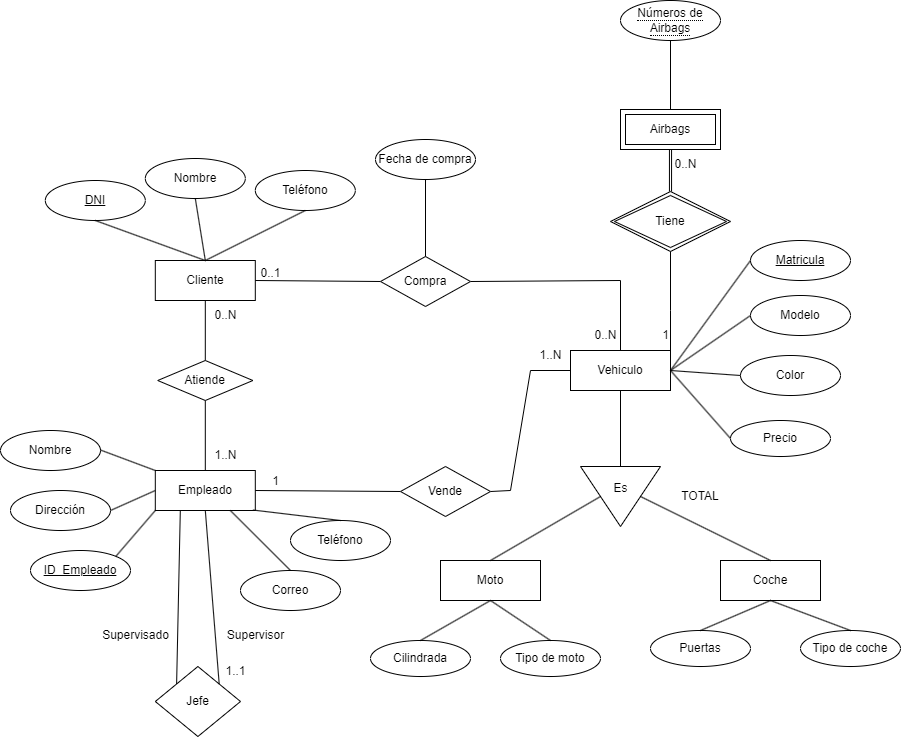
Above: images/Entidad relación.png in jtur17/E-R_to_Relational_and_Normalization (draw.io), before the change. Source tidied: cells renumbered, new cells last; positions are measured from the earlier drawing's top-left corner, leaving out a move shared by most shapes.
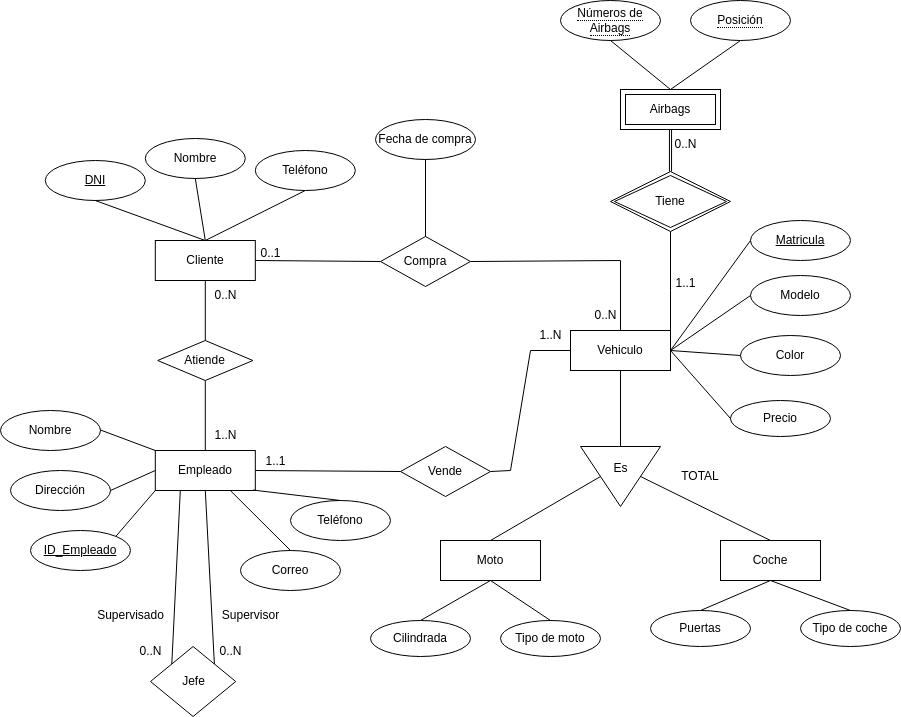
The same file after the commit.

What changed in the source:
```diff
@@ -122,8 +122,8 @@
     <mxCell id="35" value="1..N" style="text;html=1;align=center;verticalAlign=middle;strokeColor=none;fillColor=none;rotation=0;" parent="1" vertex="1">
       <mxGeometry x="525" y="340" width="50" height="30" as="geometry" />
     </mxCell>
-    <mxCell id="36" value="1" style="text;html=1;align=center;verticalAlign=middle;strokeColor=none;fillColor=none;rotation=0;" parent="1" vertex="1">
-      <mxGeometry x="260" y="466" width="30" height="30" as="geometry" />
+    <mxCell id="36" value="1..1" style="text;html=1;align=center;verticalAlign=middle;strokeColor=none;fillColor=none;rotation=0;" parent="1" vertex="1">
+      <mxGeometry x="255" y="466" width="40" height="30" as="geometry" />
     </mxCell>
     <mxCell id="37" value="Airbags" style="shape=ext;margin=3;double=1;whiteSpace=wrap;html=1;align=center;" parent="1" vertex="1">
       <mxGeometry x="620" y="109" width="100" height="40" as="geometry" />
@@ -138,14 +138,14 @@
         </Array>
       </mxGeometry>
     </mxCell>
-    <mxCell id="40" value="1" style="text;html=1;align=center;verticalAlign=middle;strokeColor=none;fillColor=none;rotation=0;" parent="1" vertex="1">
-      <mxGeometry x="650" y="320" width="30" height="30" as="geometry" />
+    <mxCell id="40" value="1..1" style="text;html=1;align=center;verticalAlign=middle;strokeColor=none;fillColor=none;rotation=0;" parent="1" vertex="1">
+      <mxGeometry x="665" y="288" width="40" height="30" as="geometry" />
     </mxCell>
     <mxCell id="41" value="0..N" style="text;html=1;align=center;verticalAlign=middle;strokeColor=none;fillColor=none;rotation=0;" parent="1" vertex="1">
       <mxGeometry x="660" y="149" width="50" height="30" as="geometry" />
     </mxCell>
     <mxCell id="42" value="&lt;span style=&quot;border-bottom: 1px dotted&quot;&gt;Números de Airbags&lt;/span&gt;" style="ellipse;whiteSpace=wrap;html=1;align=center;" parent="1" vertex="1">
-      <mxGeometry x="620" width="100" height="40" as="geometry" />
+      <mxGeometry x="560" y="20" width="100" height="40" as="geometry" />
     </mxCell>
     <mxCell id="43" value="&lt;u&gt;Matricula&lt;/u&gt;" style="ellipse;whiteSpace=wrap;html=1;align=center;" parent="1" vertex="1">
       <mxGeometry x="750" y="240" width="100" height="40" as="geometry" />
@@ -227,7 +227,7 @@
       <mxGeometry relative="1" as="geometry" />
     </mxCell>
     <mxCell id="68" style="rhombus;whiteSpace=wrap;html=1;" parent="1" vertex="1">
-      <mxGeometry x="154.8" y="666" width="85.2" height="70" as="geometry" />
+      <mxGeometry x="150" y="666" width="85.2" height="70" as="geometry" />
     </mxCell>
     <mxCell id="69" style="endArrow=none;html=1;rounded=0;entryX=0.25;entryY=1;entryDx=0;entryDy=0;exitX=0;exitY=0;exitDx=0;exitDy=0;" parent="1" edge="1" source="68" target="2">
       <mxGeometry relative="1" as="geometry" />
@@ -236,10 +236,10 @@
       <mxGeometry relative="1" as="geometry" />
     </mxCell>
     <mxCell id="71" value="Jefe" style="text;html=1;align=center;verticalAlign=middle;strokeColor=none;fillColor=none;" parent="1" vertex="1">
-      <mxGeometry x="172.4" y="686" width="50" height="30" as="geometry" />
+      <mxGeometry x="167.6" y="686" width="50" height="30" as="geometry" />
     </mxCell>
-    <mxCell id="72" value="1..1" style="text;html=1;align=center;verticalAlign=middle;strokeColor=none;fillColor=none;" parent="1" vertex="1">
-      <mxGeometry x="214.8" y="656" width="40" height="30" as="geometry" />
+    <mxCell id="72" value="0..N" style="text;html=1;align=center;verticalAlign=middle;strokeColor=none;fillColor=none;" parent="1" vertex="1">
+      <mxGeometry x="205" y="656" width="50" height="30" as="geometry" />
     </mxCell>
     <mxCell id="73" value="Fecha de compra" style="ellipse;whiteSpace=wrap;html=1;align=center;" parent="1" vertex="1">
       <mxGeometry x="375" y="139" width="100" height="40" as="geometry" />
@@ -251,10 +251,19 @@
       <mxGeometry x="670" y="481" width="60" height="30" as="geometry" />
     </mxCell>
     <mxCell id="76" value="Supervisor" style="text;html=1;align=center;verticalAlign=middle;strokeColor=none;fillColor=none;" parent="1" vertex="1">
-      <mxGeometry x="214.8" y="620" width="80" height="30" as="geometry" />
+      <mxGeometry x="210" y="620" width="80" height="30" as="geometry" />
     </mxCell>
     <mxCell id="77" value="Supervisado" style="text;html=1;align=center;verticalAlign=middle;strokeColor=none;fillColor=none;" parent="1" vertex="1">
-      <mxGeometry x="90" y="620" width="90" height="30" as="geometry" />
+      <mxGeometry x="85.2" y="620" width="90" height="30" as="geometry" />
     </mxCell>
+    <mxCell id="78" value="&lt;span style=&quot;border-bottom: 1px dotted&quot;&gt;Posición&lt;/span&gt;" style="ellipse;whiteSpace=wrap;html=1;align=center;" parent="1" vertex="1">
+      <mxGeometry x="690" y="20" width="100" height="40" as="geometry" />
+    </mxCell>
+    <mxCell id="79" style="endArrow=none;html=1;rounded=0;exitX=0.5;exitY=0;exitDx=0;exitDy=0;entryX=0.5;entryY=1;entryDx=0;entryDy=0;" parent="1" edge="1" source="37" target="78">
+      <mxGeometry relative="1" as="geometry" />
+    </mxCell>
+    <mxCell id="80" value="0..N" style="text;html=1;align=center;verticalAlign=middle;strokeColor=none;fillColor=none;" parent="1" vertex="1">
+      <mxGeometry x="125.2" y="656" width="50" height="30" as="geometry" />
+    </mxCell>
   </root>
 </mxGraphModel>
```
